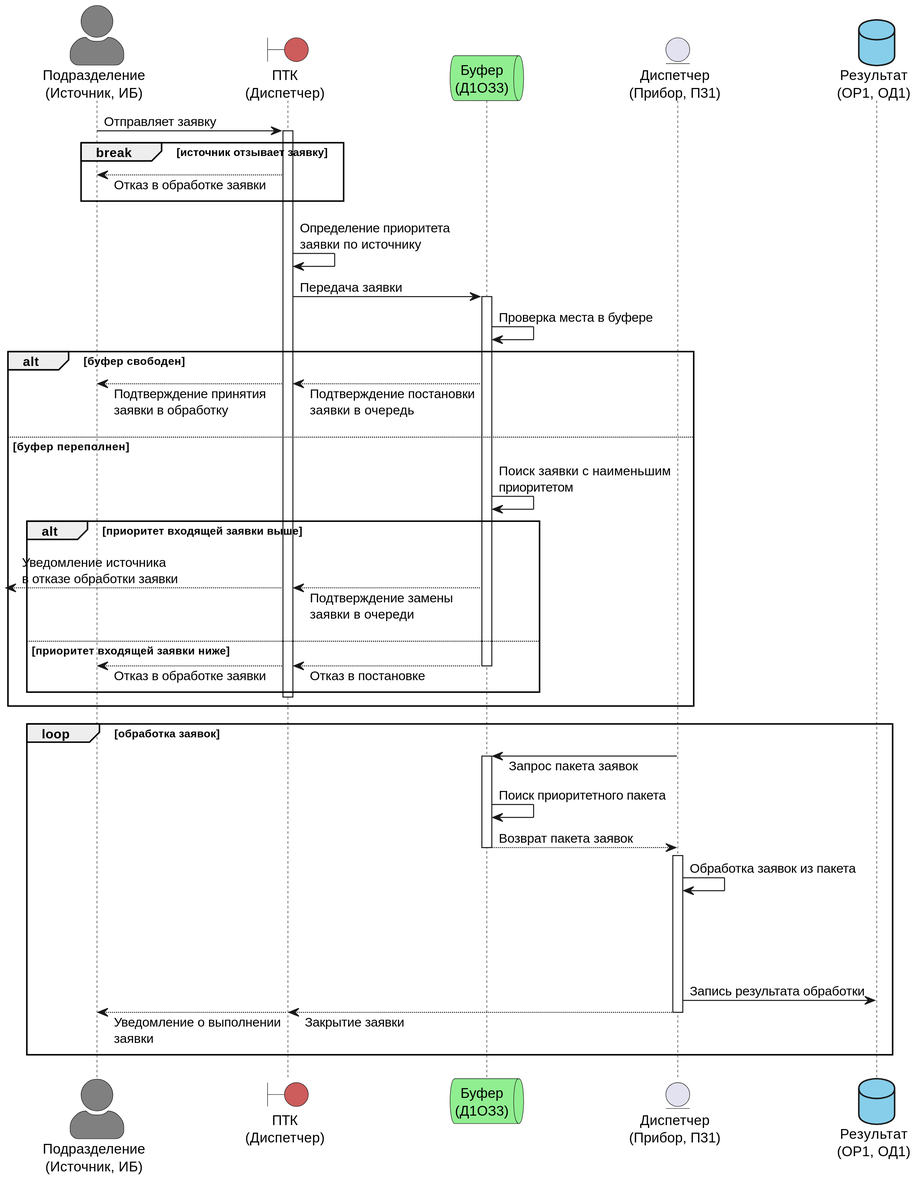
Before: docs/diagrams/out/sequnce/sequence-diagram.svg, a diagram exported from PlantUML (zagric/ASS).
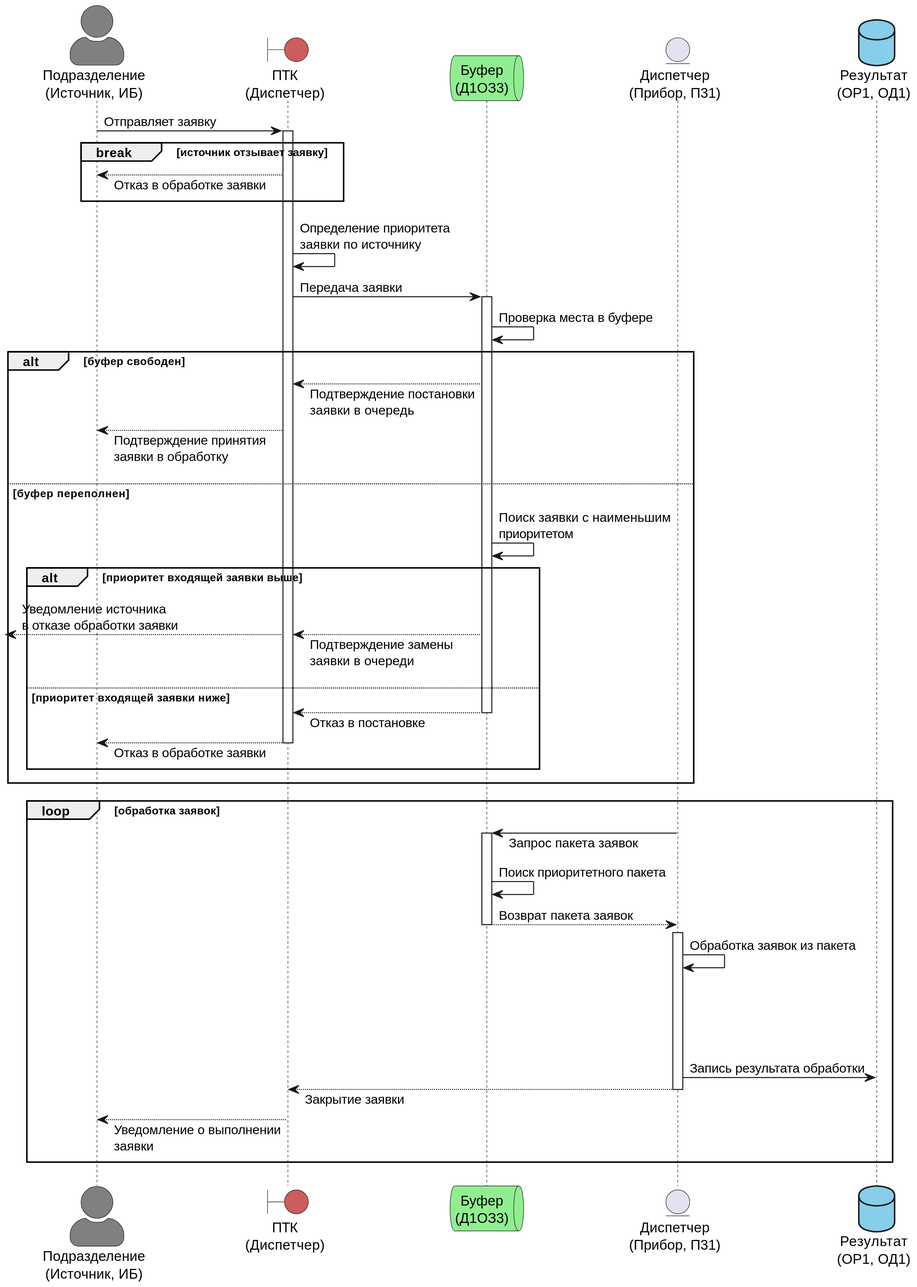
The same diagram one commit later.

Commit message:
fix: remove parallel responses

The edit, as a diff of the source:
```diff
@@ -20,7 +20,7 @@
 	buffer	-> buffer:		Проверка места в буфере
 	alt буфер свободен
 		ptk			<-- buffer:	Подтверждение постановки\nзаявки в очередь
-		&source	<-- ptk:		Подтверждение принятия\nзаявки в обработку
+		source	<-- ptk:		Подтверждение принятия\nзаявки в обработку
 	else буфер переполнен
 		buffer	-> buffer:	Поиск заявки с наименьшим\nприоритетом
 		alt приоритет входящей заявки выше
@@ -28,7 +28,7 @@
 			&				<-- ptk:			Уведомление источника\nв отказе обработки заявки
 		else приоритет входящей заявки ниже
 			ptk			<-- buffer--:	Отказ в постановке
-			&source	<-- ptk--:		Отказ в обработке заявки
+			source	<-- ptk--:		Отказ в обработке заявки
 		end
 	end
 
@@ -40,6 +40,6 @@
 		||80||
 		worker		-> db:					Запись результата обработки
 		ptk				<-- worker--:		Закрытие заявки
-		&source		<-- ptk:				Уведомление о выполнении\nзаявки
+		source		<-- ptk:				Уведомление о выполнении\nзаявки
 	end
 @enduml
```
